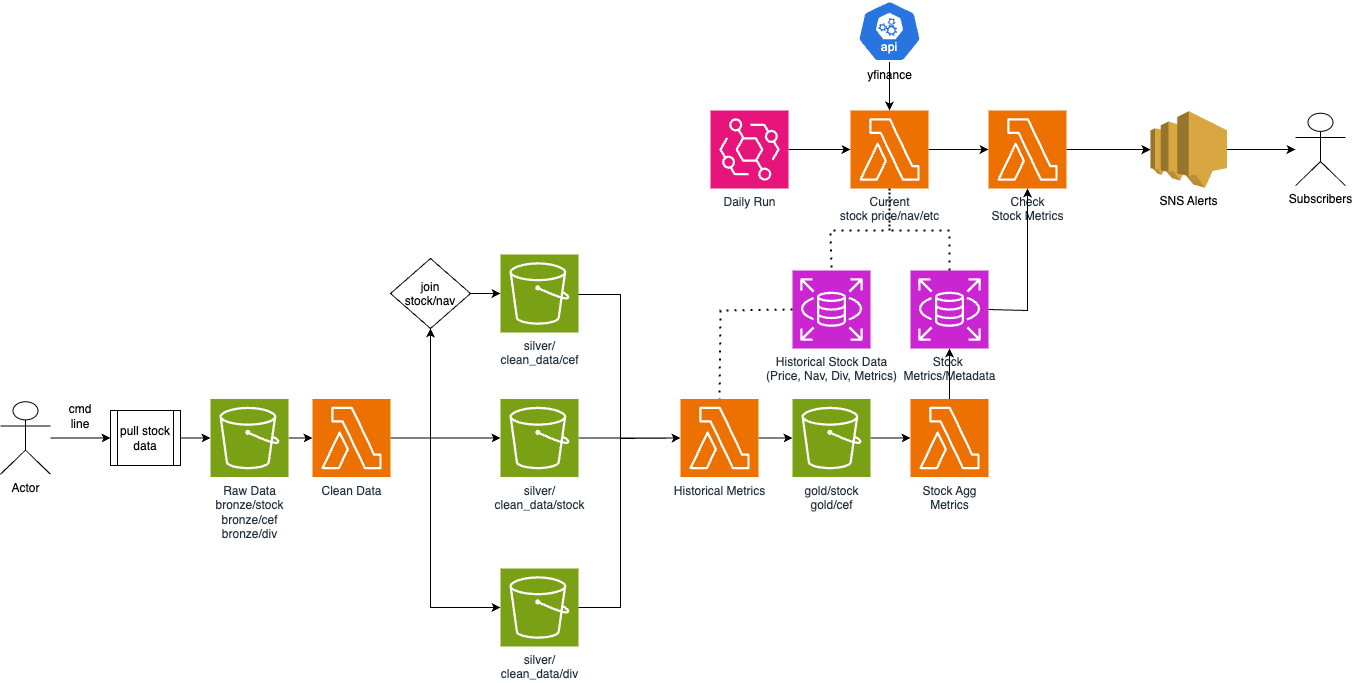
Before: docs/stock_tracker_overview.drawio.png, a diagram exported from draw.io (sseamonds/stock_data_tracker). Source tidied: cells renumbered, new cells last; positions are measured from the earlier drawing's top-left corner, leaving out a move shared by most shapes.
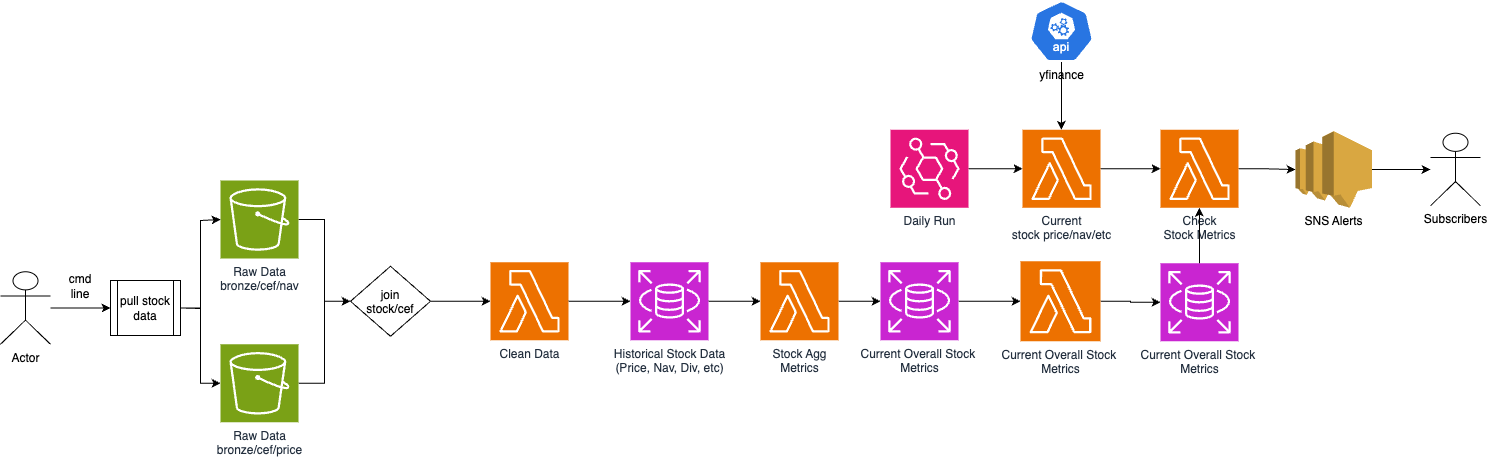
Above is the later version.

Commit message:
updated diagrams to reflect use of DB tables

The edit, as a diff of the source:
```diff
@@ -10,5 +10,2 @@
     </mxCell>
-    <mxCell id="4" style="edgeStyle=orthogonalEdgeStyle;rounded=0;jettySize=auto;html=1;exitX=1;exitY=0.5;exitDx=0;exitDy=0;exitPerimeter=0;entryX=0.5;entryY=1;entryDx=0;entryDy=0;" parent="1" edge="1" source="12" target="21">
-      <mxGeometry relative="1" as="geometry" />
-    </mxCell>
     <mxCell id="5" style="endArrow=classic;html=1;rounded=0;entryX=0;entryY=0.5;entryDx=0;entryDy=0;" parent="1" edge="1" source="2" target="7">
@@ -16,3 +13,3 @@
     </mxCell>
-    <mxCell id="6" style="edgeStyle=orthogonalEdgeStyle;rounded=0;jettySize=auto;html=1;" parent="1" edge="1" source="7" target="15">
+    <mxCell id="6" style="edgeStyle=orthogonalEdgeStyle;rounded=0;jettySize=auto;html=1;entryX=0;entryY=0.5;entryDx=0;entryDy=0;entryPerimeter=0;" parent="1" edge="1" source="7" target="15">
       <mxGeometry relative="1" as="geometry" />
@@ -22,88 +19,41 @@
     </mxCell>
-    <mxCell id="8" style="edgeStyle=orthogonalEdgeStyle;rounded=0;jettySize=auto;html=1;exitX=1;exitY=0.5;exitDx=0;exitDy=0;exitPerimeter=0;entryX=0;entryY=0.5;entryDx=0;entryDy=0;entryPerimeter=0;" parent="1" edge="1" source="15" target="12">
+    <mxCell id="8" style="edgeStyle=orthogonalEdgeStyle;rounded=0;jettySize=auto;html=1;exitX=1;exitY=0.5;exitDx=0;exitDy=0;exitPerimeter=0;entryX=0;entryY=0.5;entryDx=0;entryDy=0;" parent="1" edge="1" source="15" target="21">
       <mxGeometry relative="1" as="geometry" />
     </mxCell>
-    <mxCell id="9" style="edgeStyle=orthogonalEdgeStyle;rounded=0;jettySize=auto;html=1;exitX=1;exitY=0.5;exitDx=0;exitDy=0;exitPerimeter=0;entryX=0;entryY=0.5;entryDx=0;entryDy=0;entryPerimeter=0;" parent="1" edge="1" target="23">
-      <mxGeometry relative="1" as="geometry">
-        <mxPoint x="520" y="293" as="sourcePoint" />
-        <Array as="points">
-          <mxPoint x="520" y="294" />
-          <mxPoint x="620" y="294" />
-          <mxPoint x="620" y="438" />
-        </Array>
-      </mxGeometry>
-    </mxCell>
-    <mxCell id="10" style="edgeStyle=orthogonalEdgeStyle;rounded=0;jettySize=auto;html=1;entryX=0;entryY=0.5;entryDx=0;entryDy=0;entryPerimeter=0;exitX=1;exitY=0.5;exitDx=0;exitDy=0;exitPerimeter=0;" parent="1" edge="1" source="12" target="19">
-      <mxGeometry relative="1" as="geometry">
-        <Array as="points">
-          <mxPoint x="430" y="438" />
-          <mxPoint x="430" y="607" />
-        </Array>
-      </mxGeometry>
-    </mxCell>
-    <mxCell id="11" style="edgeStyle=orthogonalEdgeStyle;rounded=0;jettySize=auto;html=1;entryX=0;entryY=0.5;entryDx=0;entryDy=0;entryPerimeter=0;" parent="1" edge="1" source="12" target="18">
-      <mxGeometry relative="1" as="geometry">
-        <Array as="points">
-          <mxPoint x="420" y="438" />
-          <mxPoint x="420" y="438" />
-        </Array>
-      </mxGeometry>
-    </mxCell>
     <mxCell id="12" value="Clean Data" style="sketch=0;points=[[0,0,0],[0.25,0,0],[0.5,0,0],[0.75,0,0],[1,0,0],[0,1,0],[0.25,1,0],[0.5,1,0],[0.75,1,0],[1,1,0],[0,0.25,0],[0,0.5,0],[0,0.75,0],[1,0.25,0],[1,0.5,0],[1,0.75,0]];outlineConnect=0;fontColor=#232F3E;fillColor=#ED7100;strokeColor=#ffffff;dashed=0;verticalLabelPosition=bottom;verticalAlign=top;align=center;html=1;fontSize=12;fontStyle=0;shape=mxgraph.aws4.resourceIcon;resIcon=mxgraph.aws4.lambda;" parent="1" vertex="1">
-      <mxGeometry x="312" y="398.5" width="78" height="78" as="geometry" />
+      <mxGeometry x="490" y="391.8" width="78" height="78" as="geometry" />
     </mxCell>
-    <mxCell id="13" value="Stock&amp;nbsp;&lt;div&gt;Metrics/Metadata&lt;/div&gt;" style="sketch=0;points=[[0,0,0],[0.25,0,0],[0.5,0,0],[0.75,0,0],[1,0,0],[0,1,0],[0.25,1,0],[0.5,1,0],[0.75,1,0],[1,1,0],[0,0.25,0],[0,0.5,0],[0,0.75,0],[1,0.25,0],[1,0.5,0],[1,0.75,0]];outlineConnect=0;fontColor=#232F3E;fillColor=#C925D1;strokeColor=#ffffff;dashed=0;verticalLabelPosition=bottom;verticalAlign=top;align=center;html=1;fontSize=12;fontStyle=0;shape=mxgraph.aws4.resourceIcon;resIcon=mxgraph.aws4.rds;" parent="1" vertex="1">
-      <mxGeometry x="910" y="270" width="78" height="78" as="geometry" />
+    <mxCell id="13" value="Current Overall Stock&amp;nbsp;&lt;div&gt;Metrics&lt;/div&gt;" style="sketch=0;points=[[0,0,0],[0.25,0,0],[0.5,0,0],[0.75,0,0],[1,0,0],[0,1,0],[0.25,1,0],[0.5,1,0],[0.75,1,0],[1,1,0],[0,0.25,0],[0,0.5,0],[0,0.75,0],[1,0.25,0],[1,0.5,0],[1,0.75,0]];outlineConnect=0;fontColor=#232F3E;fillColor=#C925D1;strokeColor=#ffffff;dashed=0;verticalLabelPosition=bottom;verticalAlign=top;align=center;html=1;fontSize=12;fontStyle=0;shape=mxgraph.aws4.resourceIcon;resIcon=mxgraph.aws4.rds;" parent="1" vertex="1">
+      <mxGeometry x="1160" y="392.8" width="78" height="78" as="geometry" />
     </mxCell>
-    <mxCell id="14" value="Historical Stock Data&lt;div&gt;(Price, Nav, Div, Metrics)&lt;/div&gt;" style="sketch=0;points=[[0,0,0],[0.25,0,0],[0.5,0,0],[0.75,0,0],[1,0,0],[0,1,0],[0.25,1,0],[0.5,1,0],[0.75,1,0],[1,1,0],[0,0.25,0],[0,0.5,0],[0,0.75,0],[1,0.25,0],[1,0.5,0],[1,0.75,0]];outlineConnect=0;fontColor=#232F3E;fillColor=#C925D1;strokeColor=#ffffff;dashed=0;verticalLabelPosition=bottom;verticalAlign=top;align=center;html=1;fontSize=12;fontStyle=0;shape=mxgraph.aws4.resourceIcon;resIcon=mxgraph.aws4.rds;" parent="1" vertex="1">
-      <mxGeometry x="792" y="270" width="78" height="78" as="geometry" />
+    <mxCell id="14" value="Historical Stock Data&lt;div&gt;(Price, Nav, Div, etc)&lt;/div&gt;" style="sketch=0;points=[[0,0,0],[0.25,0,0],[0.5,0,0],[0.75,0,0],[1,0,0],[0,1,0],[0.25,1,0],[0.5,1,0],[0.75,1,0],[1,1,0],[0,0.25,0],[0,0.5,0],[0,0.75,0],[1,0.25,0],[1,0.5,0],[1,0.75,0]];outlineConnect=0;fontColor=#232F3E;fillColor=#C925D1;strokeColor=#ffffff;dashed=0;verticalLabelPosition=bottom;verticalAlign=top;align=center;html=1;fontSize=12;fontStyle=0;shape=mxgraph.aws4.resourceIcon;resIcon=mxgraph.aws4.rds;" parent="1" vertex="1">
+      <mxGeometry x="630" y="391.8" width="78" height="78" as="geometry" />
     </mxCell>
-    <mxCell id="15" value="Raw Data&lt;div&gt;bronze/stock&lt;/div&gt;&lt;div&gt;bronze/cef&lt;/div&gt;&lt;div&gt;bronze/div&lt;/div&gt;" style="sketch=0;points=[[0,0,0],[0.25,0,0],[0.5,0,0],[0.75,0,0],[1,0,0],[0,1,0],[0.25,1,0],[0.5,1,0],[0.75,1,0],[1,1,0],[0,0.25,0],[0,0.5,0],[0,0.75,0],[1,0.25,0],[1,0.5,0],[1,0.75,0]];outlineConnect=0;fontColor=#232F3E;fillColor=#7AA116;strokeColor=#ffffff;dashed=0;verticalLabelPosition=bottom;verticalAlign=top;align=center;html=1;fontSize=12;fontStyle=0;shape=mxgraph.aws4.resourceIcon;resIcon=mxgraph.aws4.s3;" parent="1" vertex="1">
-      <mxGeometry x="210" y="398.5" width="78" height="78" as="geometry" />
+    <mxCell id="15" value="Raw Data&lt;div&gt;bronze/cef/price&lt;/div&gt;" style="sketch=0;points=[[0,0,0],[0.25,0,0],[0.5,0,0],[0.75,0,0],[1,0,0],[0,1,0],[0.25,1,0],[0.5,1,0],[0.75,1,0],[1,1,0],[0,0.25,0],[0,0.5,0],[0,0.75,0],[1,0.25,0],[1,0.5,0],[1,0.75,0]];outlineConnect=0;fontColor=#232F3E;fillColor=#7AA116;strokeColor=#ffffff;dashed=0;verticalLabelPosition=bottom;verticalAlign=top;align=center;html=1;fontSize=12;fontStyle=0;shape=mxgraph.aws4.resourceIcon;resIcon=mxgraph.aws4.s3;" parent="1" vertex="1">
+      <mxGeometry x="220" y="473.8" width="78" height="78" as="geometry" />
     </mxCell>
-    <mxCell id="16" value="&lt;div&gt;silver/&lt;/div&gt;&lt;div&gt;clean_data/cef&lt;/div&gt;" style="sketch=0;points=[[0,0,0],[0.25,0,0],[0.5,0,0],[0.75,0,0],[1,0,0],[0,1,0],[0.25,1,0],[0.5,1,0],[0.75,1,0],[1,1,0],[0,0.25,0],[0,0.5,0],[0,0.75,0],[1,0.25,0],[1,0.5,0],[1,0.75,0]];outlineConnect=0;fontColor=#232F3E;fillColor=#7AA116;strokeColor=#ffffff;dashed=0;verticalLabelPosition=bottom;verticalAlign=top;align=center;html=1;fontSize=12;fontStyle=0;shape=mxgraph.aws4.resourceIcon;resIcon=mxgraph.aws4.s3;" parent="1" vertex="1">
-      <mxGeometry x="500" y="254" width="78" height="78" as="geometry" />
-    </mxCell>
-    <mxCell id="17" style="edgeStyle=orthogonalEdgeStyle;rounded=0;jettySize=auto;html=1;" parent="1" edge="1" source="18" target="23">
+    <mxCell id="17" style="edgeStyle=orthogonalEdgeStyle;rounded=0;jettySize=auto;html=1;exitX=1;exitY=0.5;exitDx=0;exitDy=0;exitPerimeter=0;entryX=0;entryY=0.5;entryDx=0;entryDy=0;entryPerimeter=0;" parent="1" edge="1" source="12" target="14">
       <mxGeometry relative="1" as="geometry" />
     </mxCell>
-    <mxCell id="18" value="&lt;div&gt;silver/&lt;/div&gt;&lt;div&gt;clean_data/stock&lt;/div&gt;" style="sketch=0;points=[[0,0,0],[0.25,0,0],[0.5,0,0],[0.75,0,0],[1,0,0],[0,1,0],[0.25,1,0],[0.5,1,0],[0.75,1,0],[1,1,0],[0,0.25,0],[0,0.5,0],[0,0.75,0],[1,0.25,0],[1,0.5,0],[1,0.75,0]];outlineConnect=0;fontColor=#232F3E;fillColor=#7AA116;strokeColor=#ffffff;dashed=0;verticalLabelPosition=bottom;verticalAlign=top;align=center;html=1;fontSize=12;fontStyle=0;shape=mxgraph.aws4.resourceIcon;resIcon=mxgraph.aws4.s3;" parent="1" vertex="1">
-      <mxGeometry x="500" y="398.5" width="78" height="78" as="geometry" />
-    </mxCell>
-    <mxCell id="19" value="&lt;div&gt;silver/&lt;/div&gt;&lt;div&gt;clean_data/div&lt;/div&gt;" style="sketch=0;points=[[0,0,0],[0.25,0,0],[0.5,0,0],[0.75,0,0],[1,0,0],[0,1,0],[0.25,1,0],[0.5,1,0],[0.75,1,0],[1,1,0],[0,0.25,0],[0,0.5,0],[0,0.75,0],[1,0.25,0],[1,0.5,0],[1,0.75,0]];outlineConnect=0;fontColor=#232F3E;fillColor=#7AA116;strokeColor=#ffffff;dashed=0;verticalLabelPosition=bottom;verticalAlign=top;align=center;html=1;fontSize=12;fontStyle=0;shape=mxgraph.aws4.resourceIcon;resIcon=mxgraph.aws4.s3;" parent="1" vertex="1">
-      <mxGeometry x="500" y="568" width="78" height="78" as="geometry" />
-    </mxCell>
-    <mxCell id="20" style="edgeStyle=orthogonalEdgeStyle;rounded=0;jettySize=auto;html=1;" parent="1" edge="1" source="21" target="16">
-      <mxGeometry relative="1" as="geometry" />
-    </mxCell>
+    <mxCell id="44" style="edgeStyle=orthogonalEdgeStyle;rounded=0;jettySize=auto;html=1;" parent="1" edge="1" source="21" target="12">
+      <mxGeometry relative="1" as="geometry" />
+    </mxCell>
-    <mxCell id="21" value="join&#10;stock/nav" style="rhombus;" parent="1" vertex="1">
-      <mxGeometry x="390" y="258" width="80" height="70" as="geometry" />
+    <mxCell id="21" value="join&#10;stock/cef" style="rhombus;" parent="1" vertex="1">
+      <mxGeometry x="350" y="395.8" width="80" height="70" as="geometry" />
     </mxCell>
-    <mxCell id="22" style="edgeStyle=orthogonalEdgeStyle;rounded=0;jettySize=auto;html=1;" parent="1" edge="1" source="23" target="25">
-      <mxGeometry relative="1" as="geometry" />
-    </mxCell>
+    <mxCell id="45" style="edgeStyle=orthogonalEdgeStyle;rounded=0;jettySize=auto;html=1;" parent="1" edge="1" source="23" target="13">
+      <mxGeometry relative="1" as="geometry" />
+    </mxCell>
-    <mxCell id="23" value="Historical Metrics" style="sketch=0;points=[[0,0,0],[0.25,0,0],[0.5,0,0],[0.75,0,0],[1,0,0],[0,1,0],[0.25,1,0],[0.5,1,0],[0.75,1,0],[1,1,0],[0,0.25,0],[0,0.5,0],[0,0.75,0],[1,0.25,0],[1,0.5,0],[1,0.75,0]];outlineConnect=0;fontColor=#232F3E;fillColor=#ED7100;strokeColor=#ffffff;dashed=0;verticalLabelPosition=bottom;verticalAlign=top;align=center;html=1;fontSize=12;fontStyle=0;shape=mxgraph.aws4.resourceIcon;resIcon=mxgraph.aws4.lambda;" parent="1" vertex="1">
-      <mxGeometry x="680" y="398.5" width="78" height="78" as="geometry" />
+    <mxCell id="23" value="&lt;div&gt;Current Overall Stock&amp;nbsp;&lt;/div&gt;&lt;div&gt;Metrics&lt;/div&gt;" style="sketch=0;points=[[0,0,0],[0.25,0,0],[0.5,0,0],[0.75,0,0],[1,0,0],[0,1,0],[0.25,1,0],[0.5,1,0],[0.75,1,0],[1,1,0],[0,0.25,0],[0,0.5,0],[0,0.75,0],[1,0.25,0],[1,0.5,0],[1,0.75,0]];outlineConnect=0;fontColor=#232F3E;fillColor=#ED7100;strokeColor=#ffffff;dashed=0;verticalLabelPosition=bottom;verticalAlign=top;align=center;html=1;fontSize=12;fontStyle=0;shape=mxgraph.aws4.resourceIcon;resIcon=mxgraph.aws4.lambda;" parent="1" vertex="1">
+      <mxGeometry x="1020" y="390.8" width="80" height="80" as="geometry" />
     </mxCell>
-    <mxCell id="24" style="edgeStyle=orthogonalEdgeStyle;rounded=0;jettySize=auto;html=1;" parent="1" edge="1" source="25" target="27">
+    <mxCell id="24" style="edgeStyle=orthogonalEdgeStyle;rounded=0;jettySize=auto;html=1;exitX=1;exitY=0.5;exitDx=0;exitDy=0;exitPerimeter=0;" parent="1" edge="1" source="14" target="27">
       <mxGeometry relative="1" as="geometry" />
     </mxCell>
-    <mxCell id="25" value="&lt;div&gt;gold/stock&lt;/div&gt;&lt;div&gt;gold/cef&lt;/div&gt;" style="sketch=0;points=[[0,0,0],[0.25,0,0],[0.5,0,0],[0.75,0,0],[1,0,0],[0,1,0],[0.25,1,0],[0.5,1,0],[0.75,1,0],[1,1,0],[0,0.25,0],[0,0.5,0],[0,0.75,0],[1,0.25,0],[1,0.5,0],[1,0.75,0]];outlineConnect=0;fontColor=#232F3E;fillColor=#7AA116;strokeColor=#ffffff;dashed=0;verticalLabelPosition=bottom;verticalAlign=top;align=center;html=1;fontSize=12;fontStyle=0;shape=mxgraph.aws4.resourceIcon;resIcon=mxgraph.aws4.s3;" parent="1" vertex="1">
-      <mxGeometry x="792" y="398.5" width="78" height="78" as="geometry" />
-    </mxCell>
-    <mxCell id="26" style="edgeStyle=orthogonalEdgeStyle;rounded=0;jettySize=auto;html=1;" parent="1" edge="1" source="27" target="13">
-      <mxGeometry relative="1" as="geometry" />
-    </mxCell>
+    <mxCell id="46" style="edgeStyle=orthogonalEdgeStyle;rounded=0;jettySize=auto;html=1;" parent="1" edge="1" source="27" target="51">
+      <mxGeometry relative="1" as="geometry" />
+    </mxCell>
     <mxCell id="27" value="Stock Agg&lt;div&gt;Metrics&lt;/div&gt;" style="sketch=0;points=[[0,0,0],[0.25,0,0],[0.5,0,0],[0.75,0,0],[1,0,0],[0,1,0],[0.25,1,0],[0.5,1,0],[0.75,1,0],[1,1,0],[0,0.25,0],[0,0.5,0],[0,0.75,0],[1,0.25,0],[1,0.5,0],[1,0.75,0]];outlineConnect=0;fontColor=#232F3E;fillColor=#ED7100;strokeColor=#ffffff;dashed=0;verticalLabelPosition=bottom;verticalAlign=top;align=center;html=1;fontSize=12;fontStyle=0;shape=mxgraph.aws4.resourceIcon;resIcon=mxgraph.aws4.lambda;" parent="1" vertex="1">
-      <mxGeometry x="910" y="398.5" width="78" height="78" as="geometry" />
+      <mxGeometry x="760" y="391.8" width="78" height="78" as="geometry" />
     </mxCell>
-    <mxCell id="28" style="endArrow=classic;html=1;rounded=0;entryX=0;entryY=0.5;entryDx=0;entryDy=0;entryPerimeter=0;exitX=1;exitY=0.5;exitDx=0;exitDy=0;exitPerimeter=0;" parent="1" edge="1" source="19" target="23">
-      <mxGeometry relative="1" as="geometry">
-        <Array as="points">
-          <mxPoint x="620" y="607" />
-          <mxPoint x="620" y="520" />
-          <mxPoint x="620" y="438" />
-        </Array>
-      </mxGeometry>
-    </mxCell>
     <mxCell id="29" style="edgeStyle=orthogonalEdgeStyle;rounded=0;jettySize=auto;html=1;" parent="1" edge="1" source="30" target="35">
@@ -112,11 +62,4 @@
     <mxCell id="30" value="Daily Run" style="sketch=0;points=[[0,0,0],[0.25,0,0],[0.5,0,0],[0.75,0,0],[1,0,0],[0,1,0],[0.25,1,0],[0.5,1,0],[0.75,1,0],[1,1,0],[0,0.25,0],[0,0.5,0],[0,0.75,0],[1,0.25,0],[1,0.5,0],[1,0.75,0]];outlineConnect=0;fontColor=#232F3E;fillColor=#E7157B;strokeColor=#ffffff;dashed=0;verticalLabelPosition=bottom;verticalAlign=top;align=center;html=1;fontSize=12;fontStyle=0;shape=mxgraph.aws4.resourceIcon;resIcon=mxgraph.aws4.eventbridge;" parent="1" vertex="1">
-      <mxGeometry x="710" y="110" width="78" height="78" as="geometry" />
+      <mxGeometry x="890" y="259.2" width="78" height="78" as="geometry" />
     </mxCell>
-    <mxCell id="31" style="endArrow=none;dashed=1;html=1;dashPattern=1 3;strokeWidth=2;rounded=0;exitX=0;exitY=0.5;exitDx=0;exitDy=0;exitPerimeter=0;entryX=0.5;entryY=0;entryDx=0;entryDy=0;entryPerimeter=0;" parent="1" edge="1" source="14" target="23">
-      <mxGeometry relative="1" as="geometry">
-        <Array as="points">
-          <mxPoint x="720" y="310" />
-        </Array>
-      </mxGeometry>
-    </mxCell>
     <mxCell id="32" style="edgeStyle=orthogonalEdgeStyle;rounded=0;jettySize=auto;html=1;" parent="1" edge="1" source="33" target="42">
@@ -125,3 +68,3 @@
     <mxCell id="33" value="Check&lt;div&gt;Stock &lt;span style=&quot;background-color: initial;&quot;&gt;Metrics&lt;/span&gt;&lt;/div&gt;" style="sketch=0;points=[[0,0,0],[0.25,0,0],[0.5,0,0],[0.75,0,0],[1,0,0],[0,1,0],[0.25,1,0],[0.5,1,0],[0.75,1,0],[1,1,0],[0,0.25,0],[0,0.5,0],[0,0.75,0],[1,0.25,0],[1,0.5,0],[1,0.75,0]];outlineConnect=0;fontColor=#232F3E;fillColor=#ED7100;strokeColor=#ffffff;dashed=0;verticalLabelPosition=bottom;verticalAlign=top;align=center;html=1;fontSize=12;fontStyle=0;shape=mxgraph.aws4.resourceIcon;resIcon=mxgraph.aws4.lambda;" parent="1" vertex="1">
-      <mxGeometry x="988" y="110" width="78" height="78" as="geometry" />
+      <mxGeometry x="1160" y="259.2" width="78" height="78" as="geometry" />
     </mxCell>
@@ -131,3 +74,3 @@
     <mxCell id="35" value="Current&lt;div&gt;stock price/nav/etc&lt;/div&gt;" style="sketch=0;points=[[0,0,0],[0.25,0,0],[0.5,0,0],[0.75,0,0],[1,0,0],[0,1,0],[0.25,1,0],[0.5,1,0],[0.75,1,0],[1,1,0],[0,0.25,0],[0,0.5,0],[0,0.75,0],[1,0.25,0],[1,0.5,0],[1,0.75,0]];outlineConnect=0;fontColor=#232F3E;fillColor=#ED7100;strokeColor=#ffffff;dashed=0;verticalLabelPosition=bottom;verticalAlign=top;align=center;html=1;fontSize=12;fontStyle=0;shape=mxgraph.aws4.resourceIcon;resIcon=mxgraph.aws4.lambda;" parent="1" vertex="1">
-      <mxGeometry x="850" y="110" width="78" height="78" as="geometry" />
+      <mxGeometry x="1022" y="259.2" width="78" height="78" as="geometry" />
     </mxCell>
@@ -137,27 +80,7 @@
     <mxCell id="37" value="yfinance" style="sketch=0;html=1;dashed=0;whitespace=wrap;verticalLabelPosition=bottom;verticalAlign=top;fillColor=#2875E2;strokeColor=#ffffff;points=[[0.005,0.63,0],[0.1,0.2,0],[0.9,0.2,0],[0.5,0,0],[0.995,0.63,0],[0.72,0.99,0],[0.5,1,0],[0.28,0.99,0]];shape=mxgraph.kubernetes.icon2;kubernetesLabel=1;prIcon=api;" parent="1" vertex="1">
-      <mxGeometry x="857" width="64" height="61.4" as="geometry" />
+      <mxGeometry x="1029" y="130" width="64" height="61.4" as="geometry" />
     </mxCell>
-    <mxCell id="38" style="endArrow=none;dashed=1;html=1;dashPattern=1 3;strokeWidth=2;rounded=0;entryX=0.5;entryY=0;entryDx=0;entryDy=0;entryPerimeter=0;exitX=0.5;exitY=1;exitDx=0;exitDy=0;exitPerimeter=0;" parent="1" edge="1" source="35" target="14">
-      <mxGeometry relative="1" as="geometry">
-        <Array as="points">
-          <mxPoint x="889" y="230" />
-          <mxPoint x="830" y="230" />
-        </Array>
-      </mxGeometry>
-    </mxCell>
-    <mxCell id="39" style="endArrow=classic;html=1;rounded=0;entryX=0.5;entryY=1;entryDx=0;entryDy=0;entryPerimeter=0;exitX=1;exitY=0.5;exitDx=0;exitDy=0;exitPerimeter=0;" parent="1" edge="1" source="13" target="33">
-      <mxGeometry relative="1" as="geometry">
-        <Array as="points">
-          <mxPoint x="1027" y="310" />
-        </Array>
-      </mxGeometry>
+    <mxCell id="39" style="endArrow=classic;html=1;rounded=0;entryX=0.5;entryY=1;entryDx=0;entryDy=0;entryPerimeter=0;exitX=0.5;exitY=0;exitDx=0;exitDy=0;exitPerimeter=0;" parent="1" edge="1" source="13" target="33">
+      <mxGeometry relative="1" as="geometry" />
     </mxCell>
-    <mxCell id="40" style="endArrow=none;dashed=1;html=1;dashPattern=1 3;strokeWidth=2;rounded=0;entryX=0.5;entryY=1;entryDx=0;entryDy=0;entryPerimeter=0;exitX=0.5;exitY=0;exitDx=0;exitDy=0;exitPerimeter=0;" parent="1" edge="1" source="13" target="35">
-      <mxGeometry relative="1" as="geometry">
-        <Array as="points">
-          <mxPoint x="949" y="230" />
-          <mxPoint x="889" y="230" />
-        </Array>
-      </mxGeometry>
-    </mxCell>
     <mxCell id="41" style="edgeStyle=orthogonalEdgeStyle;rounded=0;jettySize=auto;html=1;" parent="1" edge="1" source="42" target="43">
@@ -166,7 +89,27 @@
     <mxCell id="42" value="SNS Alerts" style="outlineConnect=0;dashed=0;verticalLabelPosition=bottom;verticalAlign=top;align=center;html=1;shape=mxgraph.aws3.sns;fillColor=#D9A741;gradientColor=none;" parent="1" vertex="1">
-      <mxGeometry x="1150" y="110.8" width="76.5" height="76.5" as="geometry" />
+      <mxGeometry x="1295" y="260.8" width="76.5" height="76.5" as="geometry" />
     </mxCell>
     <mxCell id="43" value="Subscribers" style="shape=umlActor;verticalLabelPosition=bottom;verticalAlign=top;html=1;outlineConnect=0;" parent="1" vertex="1">
-      <mxGeometry x="1295" y="112.8" width="50" height="72.5" as="geometry" />
+      <mxGeometry x="1430" y="262.8" width="50" height="72.5" as="geometry" />
     </mxCell>
+    <mxCell id="47" style="edgeStyle=orthogonalEdgeStyle;rounded=0;jettySize=auto;html=1;entryX=0;entryY=0.5;entryDx=0;entryDy=0;" parent="1" edge="1" source="48" target="21">
+      <mxGeometry relative="1" as="geometry" />
+    </mxCell>
+    <mxCell id="48" value="Raw Data&lt;div&gt;bronze/cef/nav&lt;/div&gt;" style="sketch=0;points=[[0,0,0],[0.25,0,0],[0.5,0,0],[0.75,0,0],[1,0,0],[0,1,0],[0.25,1,0],[0.5,1,0],[0.75,1,0],[1,1,0],[0,0.25,0],[0,0.5,0],[0,0.75,0],[1,0.25,0],[1,0.5,0],[1,0.75,0]];outlineConnect=0;fontColor=#232F3E;fillColor=#7AA116;strokeColor=#ffffff;dashed=0;verticalLabelPosition=bottom;verticalAlign=top;align=center;html=1;fontSize=12;fontStyle=0;shape=mxgraph.aws4.resourceIcon;resIcon=mxgraph.aws4.s3;" parent="1" vertex="1">
+      <mxGeometry x="220" y="310" width="78" height="78" as="geometry" />
+    </mxCell>
+    <mxCell id="49" style="endArrow=classic;html=1;rounded=0;exitX=1;exitY=0.5;exitDx=0;exitDy=0;entryX=0;entryY=0.5;entryDx=0;entryDy=0;entryPerimeter=0;" parent="1" edge="1" source="7" target="48">
+      <mxGeometry relative="1" as="geometry">
+        <Array as="points">
+          <mxPoint x="200" y="438" />
+          <mxPoint x="200" y="350" />
+        </Array>
+      </mxGeometry>
+    </mxCell>
+    <mxCell id="50" style="edgeStyle=orthogonalEdgeStyle;rounded=0;jettySize=auto;html=1;" parent="1" edge="1" source="51" target="23">
+      <mxGeometry relative="1" as="geometry" />
+    </mxCell>
+    <mxCell id="51" value="Current Overall Stock&amp;nbsp;&lt;div&gt;Metrics&lt;/div&gt;" style="sketch=0;points=[[0,0,0],[0.25,0,0],[0.5,0,0],[0.75,0,0],[1,0,0],[0,1,0],[0.25,1,0],[0.5,1,0],[0.75,1,0],[1,1,0],[0,0.25,0],[0,0.5,0],[0,0.75,0],[1,0.25,0],[1,0.5,0],[1,0.75,0]];outlineConnect=0;fontColor=#232F3E;fillColor=#C925D1;strokeColor=#ffffff;dashed=0;verticalLabelPosition=bottom;verticalAlign=top;align=center;html=1;fontSize=12;fontStyle=0;shape=mxgraph.aws4.resourceIcon;resIcon=mxgraph.aws4.rds;" parent="1" vertex="1">
+      <mxGeometry x="880" y="391.8" width="78" height="78" as="geometry" />
+    </mxCell>
   </root>
```
